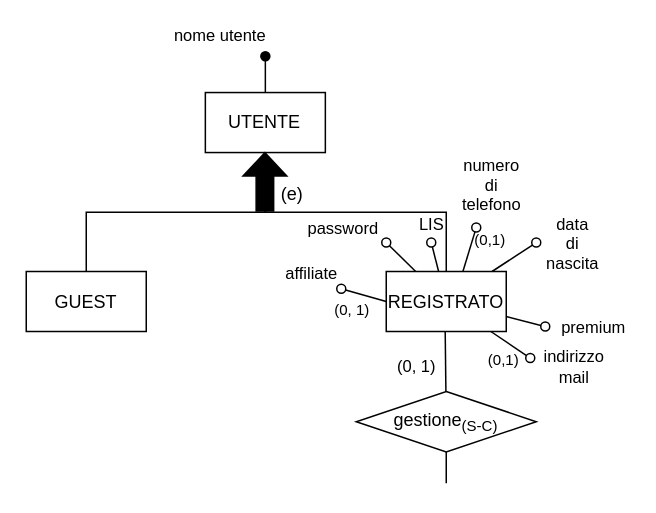
Mattron2000/Basi_di_dati keeps this draw.io diagram as Progetto Esame - DBSperimentazioni A.A. 2023-2024/Diagrammi/generalizzazioni/2.3.2.1_gen_1b_cor.drawio. Above is the earlier version. Source tidied: cells renumbered, new cells numbered last; positions are measured from the earlier drawing's top-left corner, leaving out a move shared by most shapes. Both pictures are drawn from the tidied source at 150%, with x=0, y=0 at pixel (26, 56).
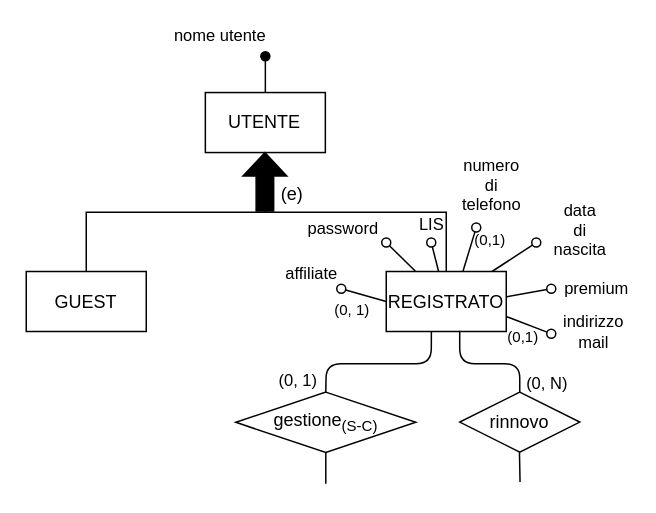
The same page after the edit.

The change refers to these unchanged cells:
```xml
<mxCell id="6" value="REGISTRATO" style="whiteSpace=wrap;html=1;" parent="1" vertex="1">
  <mxGeometry x="240" y="143.5" width="80" height="40" as="geometry" />
</mxCell>
<mxCell id="17" style="endArrow=oval;html=1;fillStyle=auto;strokeWidth=1;startSize=6;endSize=6;fillColor=#000000;startArrow=none;startFill=0;endFill=0;" parent="1" edge="1" source="6">
  <mxGeometry relative="1" as="geometry">
    <mxPoint x="340" y="124.2" as="targetPoint" />
  </mxGeometry>
</mxCell>
```

Change to the diagram source:
```diff
@@
-    <mxCell id="13" style="endArrow=oval;html=1;fillStyle=auto;strokeWidth=1;startSize=6;endSize=6;fillColor=#000000;startArrow=none;startFill=0;endFill=0;" parent="1" edge="1" source="6">
+    <mxCell id="13" style="endArrow=oval;html=1;fillStyle=auto;strokeWidth=1;startSize=6;endSize=6;fillColor=#000000;startArrow=none;startFill=0;endFill=0;exitX=1;exitY=0.75;exitDx=0;exitDy=0;" parent="1" edge="1" source="6">
       <mxGeometry relative="1" as="geometry">
-        <mxPoint x="336" y="201.2" as="targetPoint" />
+        <mxPoint x="350" y="185" as="targetPoint" />
       </mxGeometry>
     </mxCell>
     <mxCell id="14" value="indirizzo&lt;br&gt;mail" style="edgeLabel;html=1;align=center;verticalAlign=middle;" parent="13" vertex="1">
       <mxGeometry x="0.48" y="1" relative="1" as="geometry">
-        <mxPoint x="35" y="11" as="offset" />
+        <mxPoint x="35" y="2" as="offset" />
       </mxGeometry>
     </mxCell>
@@
     <mxCell id="18" value="data&lt;br&gt;di&lt;br&gt;nascita" style="edgeLabel;html=1;align=center;verticalAlign=middle;" parent="17" vertex="1">
       <mxGeometry x="0.48" y="1" relative="1" as="geometry">
-        <mxPoint x="32" y="-4" as="offset" />
+        <mxPoint x="37" y="-13" as="offset" />
       </mxGeometry>
     </mxCell>
@@
-    <mxCell id="21" style="endArrow=oval;html=1;fillStyle=auto;strokeWidth=1;startSize=6;endSize=6;fillColor=#000000;startArrow=none;startFill=0;endFill=0;exitX=1;exitY=0.75;exitDx=0;exitDy=0;" parent="1" edge="1" source="6">
+    <mxCell id="21" style="endArrow=oval;html=1;fillStyle=auto;strokeWidth=1;startSize=6;endSize=6;fillColor=#000000;startArrow=none;startFill=0;endFill=0;exitX=1.005;exitY=0.422;exitDx=0;exitDy=0;exitPerimeter=0;" parent="1" edge="1" source="6">
       <mxGeometry relative="1" as="geometry">
-        <mxPoint x="346" y="180.2" as="targetPoint" />
+        <mxPoint x="350" y="155" as="targetPoint" />
       </mxGeometry>
     </mxCell>
     <mxCell id="22" value="premium" style="edgeLabel;html=1;align=center;verticalAlign=middle;" parent="21" vertex="1">
       <mxGeometry x="0.48" y="1" relative="1" as="geometry">
-        <mxPoint x="38" y="3" as="offset" />
+        <mxPoint x="38" y="-1" as="offset" />
       </mxGeometry>
     </mxCell>
@@
     <mxCell id="24" value="(0,1)" style="text;html=1;align=center;verticalAlign=middle;strokeColor=none;fillColor=none;fontSize=10;" parent="1" vertex="1">
-      <mxGeometry x="298.8" y="189.5" width="39" height="24" as="geometry" />
+      <mxGeometry x="311" y="175" width="39" height="24" as="geometry" />
     </mxCell>
-    <mxCell id="25" style="edgeStyle=none;shape=connector;rounded=1;fillStyle=auto;html=1;labelBackgroundColor=default;strokeColor=default;strokeWidth=1;fontFamily=Helvetica;fontSize=11;fontColor=default;endArrow=none;startSize=6;endSize=6;fillColor=#000000;exitX=0.5;exitY=1;exitDx=0;exitDy=0;" parent="1" edge="1" target="27">
+    <mxCell id="25" style="edgeStyle=none;shape=connector;rounded=1;fillStyle=auto;html=1;labelBackgroundColor=default;strokeColor=default;strokeWidth=1;fontFamily=Helvetica;fontSize=11;fontColor=default;endArrow=none;startSize=6;endSize=6;fillColor=#000000;entryX=0.5;entryY=0;entryDx=0;entryDy=0;exitX=0.376;exitY=0.995;exitDx=0;exitDy=0;exitPerimeter=0;" parent="1" edge="1" source="6" target="27">
       <mxGeometry relative="1" as="geometry">
-        <mxPoint x="279.3" y="183.5" as="sourcePoint" />
+        <Array as="points">
+          <mxPoint x="270" y="205" />
+          <mxPoint x="200" y="205" />
+        </Array>
       </mxGeometry>
     </mxCell>
     <mxCell id="26" value="(0, 1)" style="edgeLabel;html=1;align=center;verticalAlign=middle;fontSize=11;fontFamily=Helvetica;fontColor=default;" parent="25" vertex="1">
       <mxGeometry x="-0.27" y="1" relative="1" as="geometry">
-        <mxPoint x="-21" y="8" as="offset" />
+        <mxPoint x="-71" y="9" as="offset" />
       </mxGeometry>
     </mxCell>
     <mxCell id="27" value="&lt;font style=&quot;font-size: 12px;&quot;&gt;gestione&lt;sub style=&quot;&quot;&gt;(S-C)&lt;/sub&gt;&lt;/font&gt;" style="rhombus;whiteSpace=wrap;html=1;" parent="1" vertex="1">
-      <mxGeometry x="220" y="223.5" width="120" height="40.3" as="geometry" />
+      <mxGeometry x="139.7" y="223.9" width="120" height="40.3" as="geometry" />
     </mxCell>
     <mxCell id="28" style="endArrow=none;html=1;entryX=0.5;entryY=1;entryDx=0;entryDy=0;" parent="1" edge="1" target="27">
       <mxGeometry relative="1" as="geometry">
-        <mxPoint x="280" y="284.7" as="sourcePoint" />
+        <mxPoint x="199.7" y="285" as="sourcePoint" />
       </mxGeometry>
     </mxCell>
@@
+    <mxCell id="32" value="(0, N)" style="edgeLabel;html=1;align=center;verticalAlign=middle;" parent="1" vertex="1">
+      <mxGeometry x="346" y="217" as="geometry" />
+    </mxCell>
+    <mxCell id="33" value="rinnovo" style="rhombus;whiteSpace=wrap;html=1;" parent="1" vertex="1">
+      <mxGeometry x="289" y="223.9" width="80" height="40" as="geometry" />
+    </mxCell>
+    <mxCell id="34" style="edgeStyle=none;shape=connector;rounded=1;fillStyle=auto;html=1;labelBackgroundColor=default;strokeColor=default;strokeWidth=1;fontFamily=Helvetica;fontSize=11;fontColor=default;endArrow=none;startSize=6;endSize=6;fillColor=#000000;exitX=0.5;exitY=1;exitDx=0;exitDy=0;" parent="1" edge="1">
+      <mxGeometry relative="1" as="geometry">
+        <mxPoint x="328.8" y="263.9" as="sourcePoint" />
+        <mxPoint x="329.2" y="283.9" as="targetPoint" />
+      </mxGeometry>
+    </mxCell>
+    <mxCell id="35" style="edgeStyle=none;shape=connector;rounded=1;fillStyle=auto;html=1;labelBackgroundColor=default;strokeColor=default;strokeWidth=1;fontFamily=Helvetica;fontSize=11;fontColor=default;endArrow=none;startSize=6;endSize=6;fillColor=#000000;entryX=0.5;entryY=0;entryDx=0;entryDy=0;exitX=0.612;exitY=0.987;exitDx=0;exitDy=0;exitPerimeter=0;" parent="1" edge="1" source="6" target="33">
+      <mxGeometry relative="1" as="geometry">
+        <Array as="points">
+          <mxPoint x="289" y="205" />
+          <mxPoint x="329" y="205" />
+        </Array>
+      </mxGeometry>
+    </mxCell>
```
